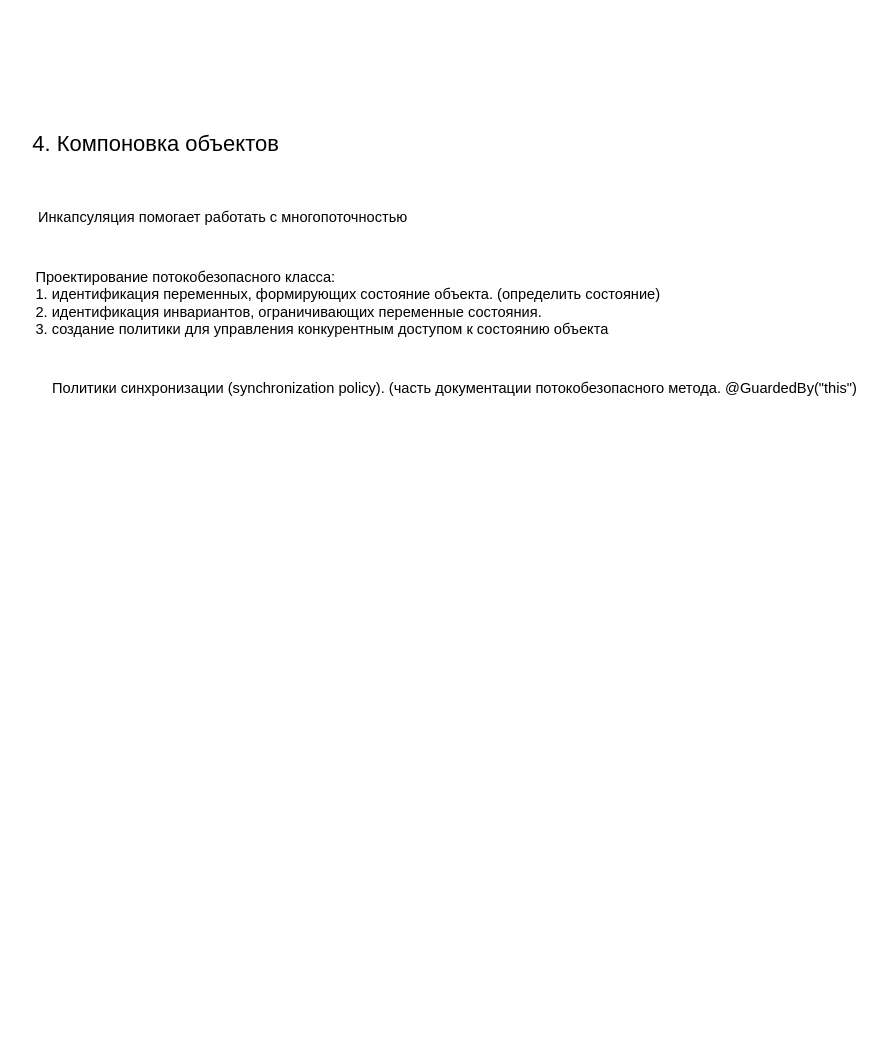
Earlier version of the draw.io diagram Concurrency.drawio (FedosovMax/diagrams). Source tidied: cells renumbered, new cells numbered last; positions are measured from the earlier drawing's top-left corner, leaving out a move shared by most shapes. Both pictures are drawn from the tidied source at 122%, with x=0, y=0 at pixel (21, 132).
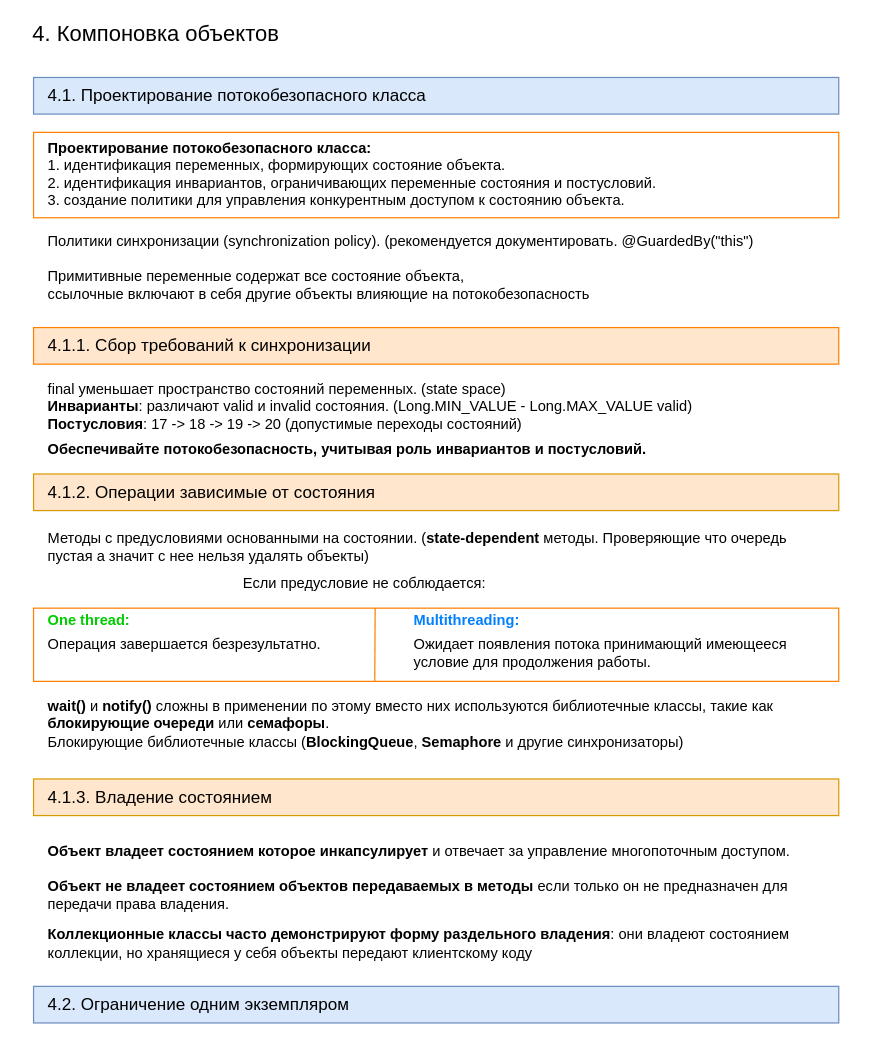
Above is the later version.

What changed in the source:
```diff
@@
+    <mxCell id="6" style="rounded=0;whiteSpace=wrap;html=1;strokeColor=#FF8000;align=left;" parent="1" vertex="1">
+      <mxGeometry x="10" width="660" height="70" as="geometry" />
+    </mxCell>
+    <mxCell id="7" style="rounded=0;whiteSpace=wrap;html=1;strokeColor=#FF8000;align=left;" parent="1" vertex="1">
+      <mxGeometry x="10" y="390" width="660" height="60" as="geometry" />
+    </mxCell>
+    <mxCell id="8" style="rounded=0;whiteSpace=wrap;html=1;align=left;fillColor=#ffe6cc;strokeColor=#FF8000;" parent="1" vertex="1">
+      <mxGeometry x="10" y="160" width="660" height="30" as="geometry" />
+    </mxCell>
+    <mxCell id="9" style="rounded=0;whiteSpace=wrap;html=1;align=left;fillColor=#ffe6cc;strokeColor=#d79b00;" parent="1" vertex="1">
+      <mxGeometry x="10" y="280" width="660" height="30" as="geometry" />
+    </mxCell>
     <mxCell id="2" value="&lt;font style=&quot;font-size: 18px&quot;&gt;4. Компоновка объектов&lt;/font&gt;" style="text;html=1;align=center;verticalAlign=middle;" parent="1" vertex="1">
-      <mxGeometry width="220" height="20" as="geometry" />
+      <mxGeometry y="-90" width="220" height="20" as="geometry" />
     </mxCell>
-    <mxCell id="3" value="Инкапсуляция помогает работать с многопоточностью" style="text;html=1;align=center;verticalAlign=middle;" parent="1" vertex="1">
-      <mxGeometry y="60" width="330" height="20" as="geometry" />
-    </mxCell>
-    <mxCell id="4" value="&lt;div align=&quot;left&quot;&gt;Проектирование потокобезопасного класса: &lt;br&gt;&lt;/div&gt;&lt;div align=&quot;left&quot;&gt;1. идентификация переменных, формирующих состояние объекта. (определить состояние)&lt;br&gt;&lt;/div&gt;&lt;div align=&quot;left&quot;&gt;2. идентификация инвариантов, ограничивающих переменные состояния. &lt;br&gt;&lt;/div&gt;&lt;div align=&quot;left&quot;&gt;3. создание политики для управления конкурентным доступом к состоянию объекта&lt;br&gt;&lt;/div&gt;" style="text;html=1;align=left;verticalAlign=middle;" parent="1" vertex="1">
-      <mxGeometry x="10" y="110" width="540" height="60" as="geometry" />
+    <mxCell id="4" value="&lt;div align=&quot;left&quot;&gt;&lt;b&gt;Проектирование потокобезопасного класса:&lt;/b&gt; &lt;br&gt;&lt;/div&gt;&lt;div align=&quot;left&quot;&gt;1. идентификация переменных, формирующих состояние объекта.&lt;br&gt;&lt;/div&gt;&lt;div align=&quot;left&quot;&gt;&lt;font color=&quot;#FF8000&quot;&gt;&lt;font color=&quot;#000000&quot;&gt;2. идентификация инвариантов, ограничивающих переменные состояния и постусловий.&amp;nbsp;&lt;/font&gt; &lt;/font&gt;&lt;br&gt;&lt;/div&gt;&lt;div align=&quot;left&quot;&gt;3. создание политики для управления конкурентным доступом к состоянию объекта.&lt;br&gt;&lt;/div&gt;" style="text;html=1;align=left;verticalAlign=middle;" parent="1" vertex="1">
+      <mxGeometry x="20" y="4" width="520" height="60" as="geometry" />
     </mxCell>
-    <mxCell id="5" value="Политики синхронизации (synchronization policy). (часть документации потокобезопасного метода. @GuardedBy(&quot;this&quot;)" style="text;html=1;align=center;verticalAlign=middle;" parent="1" vertex="1">
-      <mxGeometry x="10" y="200" width="690" height="20" as="geometry" />
+    <mxCell id="5" value="Политики синхронизации (synchronization policy). (рекомендуется документировать. @GuardedBy(&quot;this&quot;)" style="text;html=1;align=left;verticalAlign=middle;" parent="1" vertex="1">
+      <mxGeometry x="20" y="80" width="600" height="20" as="geometry" />
     </mxCell>
+    <mxCell id="10" value="&lt;div&gt;Примитивные переменные содержат все состояние объекта, &lt;br&gt;&lt;/div&gt;&lt;div&gt;ссылочные включают в себя другие объекты влияющие на потокобезопасность&lt;/div&gt;" style="text;html=1;align=left;verticalAlign=middle;" parent="1" vertex="1">
+      <mxGeometry x="20" y="110" width="470" height="30" as="geometry" />
+    </mxCell>
+    <mxCell id="11" value="&lt;div&gt;final уменьшает пространство состояний переменных. (state space) &lt;br&gt;&lt;/div&gt;&lt;div&gt;&lt;b&gt;Инварианты&lt;/b&gt;: различают valid и invalid состояния. (Long.MIN_VALUE - Long.MAX_VALUE valid)&lt;/div&gt;&lt;div&gt;&lt;b&gt;Постусловия&lt;/b&gt;: 17 -&amp;gt; 18 -&amp;gt; 19 -&amp;gt; 20 (допустимые переходы состояний)&lt;/div&gt;" style="text;html=1;align=left;verticalAlign=middle;" parent="1" vertex="1">
+      <mxGeometry x="20" y="200" width="540" height="50" as="geometry" />
+    </mxCell>
+    <mxCell id="12" value="&lt;div align=&quot;left&quot;&gt;&lt;b&gt;Обеспечивайте потокобезопасность, учитывая роль инвариантов и постусловий.&lt;/b&gt;&lt;/div&gt;" style="text;html=1;align=left;verticalAlign=middle;" parent="1" vertex="1">
+      <mxGeometry x="20" y="250" width="490" height="20" as="geometry" />
+    </mxCell>
+    <mxCell id="13" style="rounded=0;whiteSpace=wrap;html=1;align=left;fillColor=#dae8fc;strokeColor=#6c8ebf;" parent="1" vertex="1">
+      <mxGeometry x="10" y="-45" width="660" height="30" as="geometry" />
+    </mxCell>
+    <mxCell id="14" value="&lt;font style=&quot;font-size: 14px&quot;&gt;4.1. Проектирование потокобезопасного класса&lt;br&gt;&lt;/font&gt;" style="text;html=1;align=left;verticalAlign=middle;" parent="1" vertex="1">
+      <mxGeometry x="20" y="-40" width="330" height="20" as="geometry" />
+    </mxCell>
+    <mxCell id="15" value="&lt;font style=&quot;font-size: 14px&quot;&gt;4.1.1. Сбор требований к синхронизации&lt;br&gt;&lt;/font&gt;" style="text;html=1;align=left;verticalAlign=middle;" parent="1" vertex="1">
+      <mxGeometry x="20" y="165" width="290" height="20" as="geometry" />
+    </mxCell>
+    <mxCell id="16" value="&lt;font style=&quot;font-size: 14px&quot;&gt;4.1.2. Операции зависимые от состояния&lt;br&gt;&lt;/font&gt;" style="text;html=1;align=left;verticalAlign=middle;" parent="1" vertex="1">
+      <mxGeometry x="20" y="285" width="290" height="20" as="geometry" />
+    </mxCell>
+    <mxCell id="17" value="&lt;div align=&quot;left&quot;&gt;Методы с предусловиями основанными на состоянии. (&lt;b&gt;state-dependent&lt;/b&gt; методы. Проверяющие что очередь &lt;br&gt;&lt;/div&gt;&lt;div align=&quot;left&quot;&gt;пустая а значит с нее нельзя удалять объекты) &lt;br&gt;&lt;/div&gt;" style="text;html=1;align=left;verticalAlign=middle;" parent="1" vertex="1">
+      <mxGeometry x="20" y="325" width="630" height="30" as="geometry" />
+    </mxCell>
+    <mxCell id="18" value="Если предусловие не соблюдается: " style="text;html=1;align=left;verticalAlign=middle;" parent="1" vertex="1">
+      <mxGeometry x="180" y="360" width="220" height="20" as="geometry" />
+    </mxCell>
+    <mxCell id="19" value="&lt;b&gt;&lt;font color=&quot;#00CC00&quot;&gt;One thread: &lt;/font&gt;&lt;/b&gt;" style="text;html=1;align=left;verticalAlign=middle;" parent="1" vertex="1">
+      <mxGeometry x="20" y="390" width="80" height="20" as="geometry" />
+    </mxCell>
+    <mxCell id="20" value="&lt;b&gt;&lt;font color=&quot;#007FFF&quot;&gt;Multithreading: &lt;/font&gt;&lt;/b&gt;" style="text;html=1;align=left;verticalAlign=middle;" parent="1" vertex="1">
+      <mxGeometry x="320" y="390" width="100" height="20" as="geometry" />
+    </mxCell>
+    <mxCell id="21" value="Операция завершается безрезультатно." style="text;html=1;align=left;verticalAlign=middle;" parent="1" vertex="1">
+      <mxGeometry x="20" y="410" width="250" height="20" as="geometry" />
+    </mxCell>
+    <mxCell id="22" value="&lt;div&gt;Ожидает появления потока принимающий имеющееся &lt;br&gt;&lt;/div&gt;&lt;div&gt;условие для продолжения работы.&lt;br&gt;&lt;/div&gt;" style="text;html=1;align=left;verticalAlign=middle;" parent="1" vertex="1">
+      <mxGeometry x="320" y="412" width="330" height="30" as="geometry" />
+    </mxCell>
+    <mxCell id="23" value="&lt;div align=&quot;left&quot;&gt;&lt;b&gt;wait()&lt;/b&gt; и &lt;b&gt;notify()&lt;/b&gt; сложны в применении по этому вместо них используются библиотечные классы, такие как &lt;br&gt;&lt;/div&gt;&lt;div align=&quot;left&quot;&gt;&lt;b&gt;блокирующие очереди&lt;/b&gt; или &lt;b&gt;семафоры&lt;/b&gt;. &lt;br&gt;&lt;/div&gt;&lt;div align=&quot;left&quot;&gt;Блокирующие библиотечные классы (&lt;b&gt;BlockingQueue&lt;/b&gt;, &lt;b&gt;Semaphore &lt;/b&gt;и другие синхронизаторы) &lt;/div&gt;" style="text;html=1;align=left;verticalAlign=middle;" parent="1" vertex="1">
+      <mxGeometry x="20" y="460" width="620" height="50" as="geometry" />
+    </mxCell>
+    <mxCell id="24" style="rounded=0;whiteSpace=wrap;html=1;align=left;fillColor=#ffe6cc;strokeColor=#d79b00;" parent="1" vertex="1">
+      <mxGeometry x="10" y="530" width="660" height="30" as="geometry" />
+    </mxCell>
+    <mxCell id="25" value="&lt;font style=&quot;font-size: 14px&quot;&gt;4.1.3. Владение состоянием&lt;br&gt;&lt;/font&gt;" style="text;html=1;align=left;verticalAlign=middle;" parent="1" vertex="1">
+      <mxGeometry x="20" y="535" width="200" height="20" as="geometry" />
+    </mxCell>
+    <mxCell id="26" style="endArrow=none;html=1;fillColor=#ffe6cc;strokeColor=#FF8000;" parent="1" edge="1">
+      <mxGeometry relative="1" as="geometry">
+        <mxPoint x="289.7" y="450" as="sourcePoint" />
+        <mxPoint x="290" y="390" as="targetPoint" />
+      </mxGeometry>
+    </mxCell>
+    <mxCell id="27" value="&lt;div align=&quot;left&quot;&gt;&lt;b&gt;Объект владеет состоянием которое инкапсулирует&lt;/b&gt; и отвечает за управление многопоточным доступом.&lt;br&gt;&lt;/div&gt;" style="text;html=1;align=left;verticalAlign=middle;" parent="1" vertex="1">
+      <mxGeometry x="20" y="580" width="620" height="20" as="geometry" />
+    </mxCell>
+    <mxCell id="28" value="&lt;div&gt;&lt;b&gt;Объект не владеет состоянием объектов передаваемых в методы&lt;/b&gt; если только он не предназначен для&lt;/div&gt;&lt;div&gt;передачи права владения.&lt;br&gt;&lt;/div&gt;" style="text;html=1;align=left;verticalAlign=middle;" parent="1" vertex="1">
+      <mxGeometry x="20" y="610" width="620" height="30" as="geometry" />
+    </mxCell>
+    <mxCell id="29" value="&lt;div&gt;&lt;b&gt;Коллекционные классы часто демонстрируют форму раздельного владения&lt;/b&gt;: они владеют состоянием &lt;br&gt;&lt;/div&gt;&lt;div&gt;коллекции, но хранящиеся у себя объекты передают клиентскому коду&lt;/div&gt;" style="text;html=1;align=left;verticalAlign=middle;" parent="1" vertex="1">
+      <mxGeometry x="20" y="650" width="620" height="30" as="geometry" />
+    </mxCell>
+    <mxCell id="30" style="rounded=0;whiteSpace=wrap;html=1;align=left;fillColor=#dae8fc;strokeColor=#6c8ebf;" parent="1" vertex="1">
+      <mxGeometry x="10" y="700" width="660" height="30" as="geometry" />
+    </mxCell>
+    <mxCell id="31" value="&lt;font style=&quot;font-size: 14px&quot;&gt;4.2. Ограничение одним экземпляром&lt;br&gt;&lt;/font&gt;" style="text;html=1;align=left;verticalAlign=middle;" parent="1" vertex="1">
+      <mxGeometry x="20" y="705" width="270" height="20" as="geometry" />
+    </mxCell>
```
